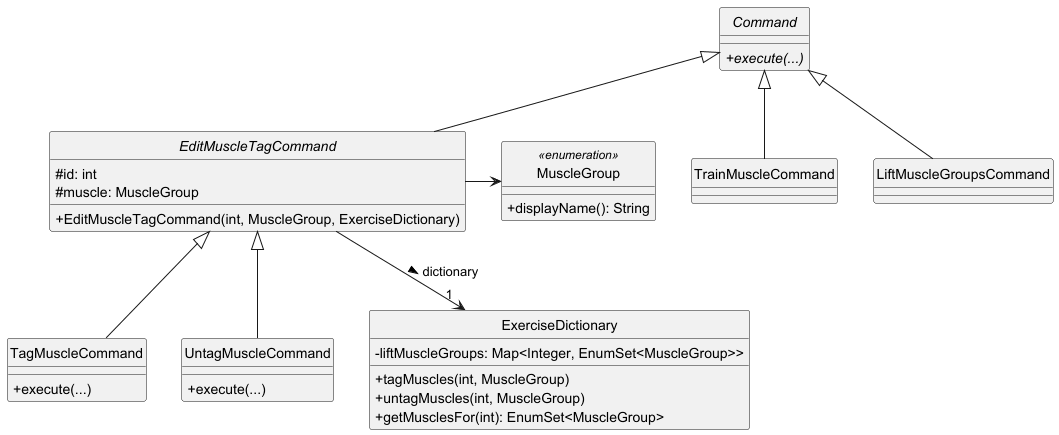
Javierseow/tp keeps this PlantUML diagram as docs/images/MuscleTaggingClassDiagram.png. Above is the earlier version.
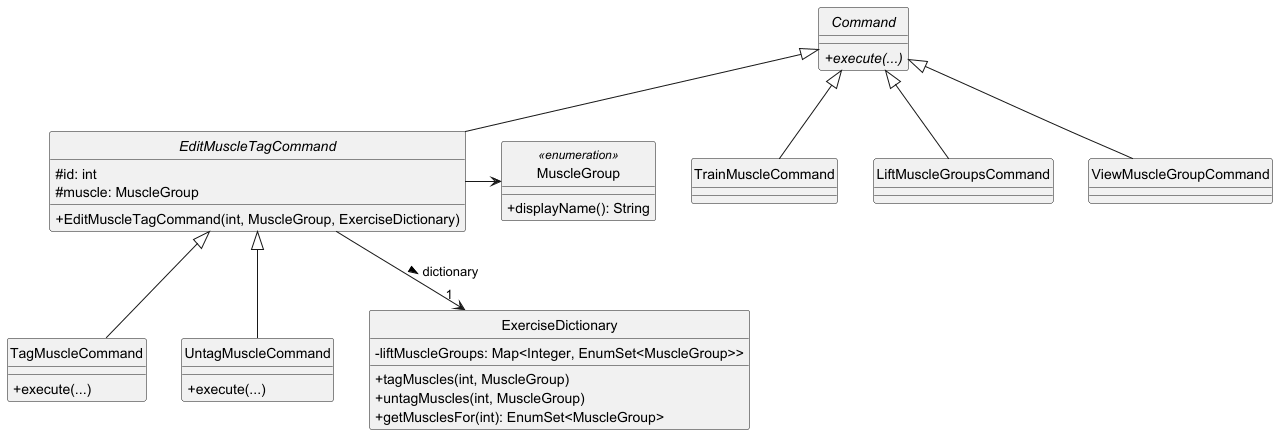
Above is the later version.

The edit, as a diff of the source:
```diff
@@ -34,6 +34,7 @@
 Command <|-- EditMuscleTagCommand
 Command <|-- TrainMuscleCommand
 Command <|-- LiftMuscleGroupsCommand
+Command <|-- ViewMuscleGroupCommand
 EditMuscleTagCommand <|-- TagMuscleCommand
 EditMuscleTagCommand <|-- UntagMuscleCommand
 
```
